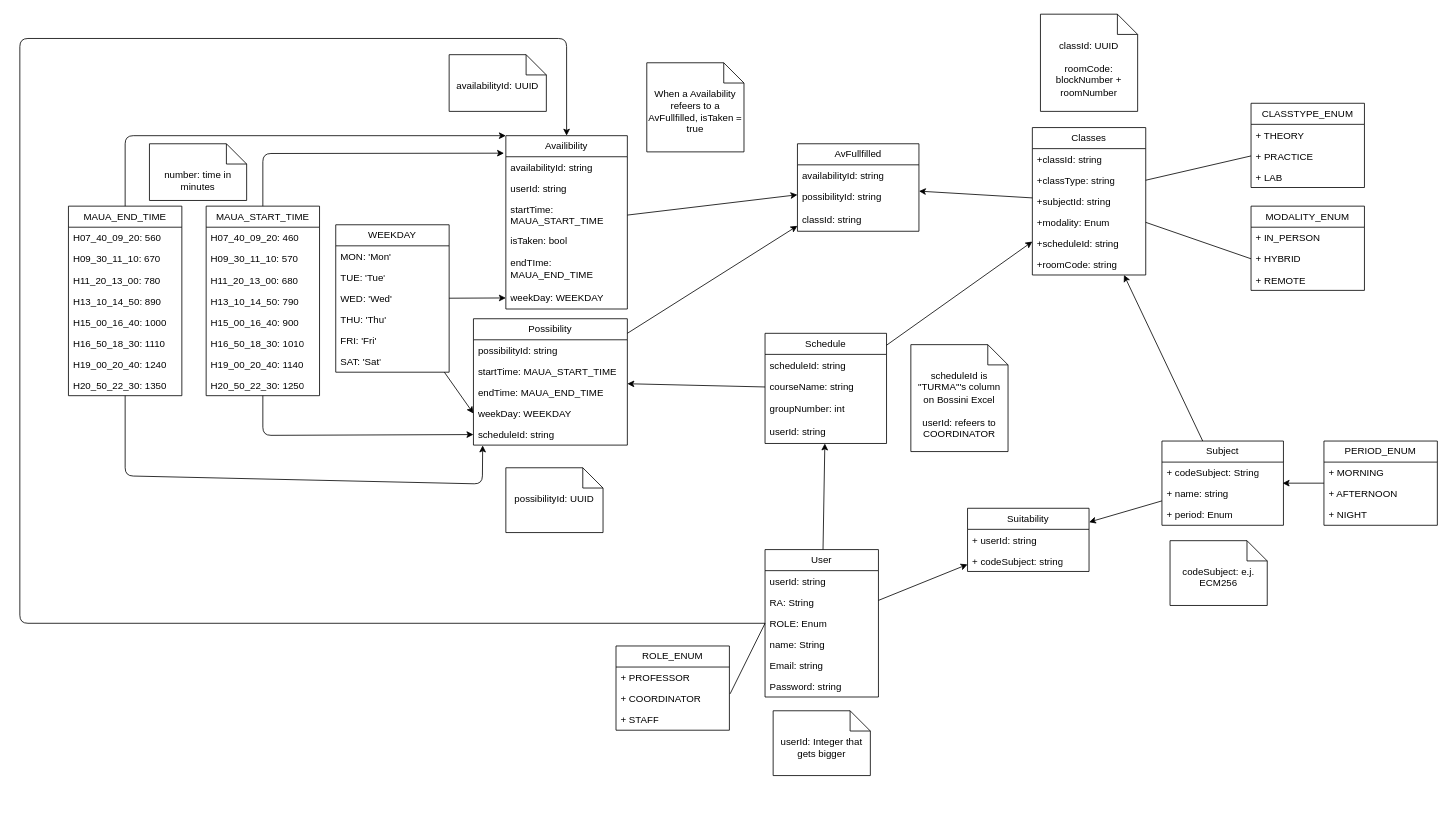
Before: MauaFontysClasses.drawio in 20242-Maua-ECM-Fontys/back, a draw.io diagram. Source tidied: cells renumbered, new cells numbered last; positions are measured from the earlier drawing's top-left corner, leaving out a move shared by most shapes. Both pictures are drawn from the tidied source at 81%, with x=0, y=0 at pixel (19, 14).
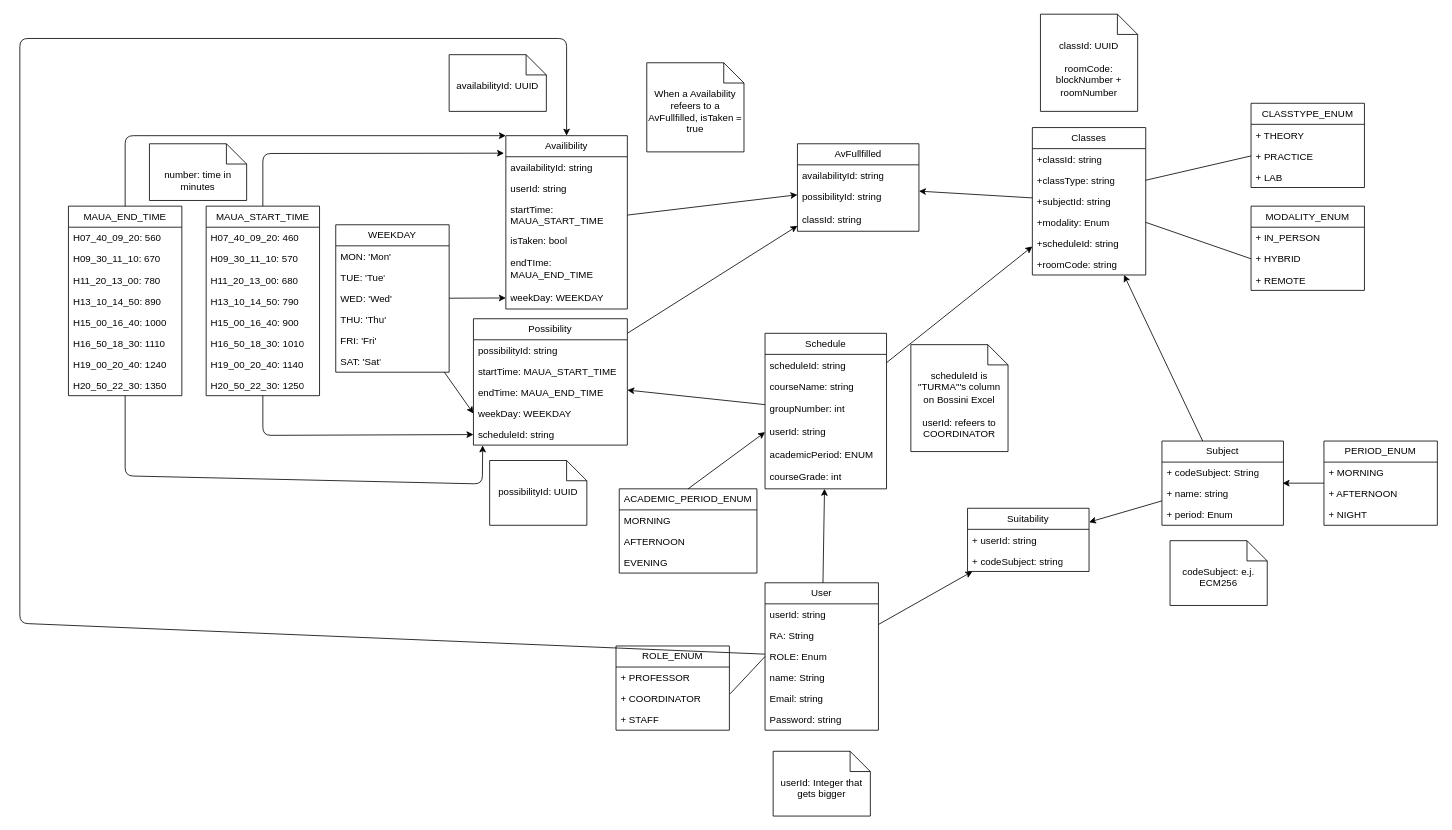
Above is the later version.

Commit message:
docs: update schedule on diagram

Unchanged cells that the change refers to:
```xml
<mxCell id="75" value="userId: string" style="text;strokeColor=none;fillColor=none;align=left;verticalAlign=top;spacingLeft=4;spacingRight=4;overflow=hidden;points=[[0,0.5],[1,0.5]];portConstraint=eastwest;whiteSpace=wrap;html=1;" parent="71" vertex="1">
  <mxGeometry y="108" width="150" height="28" as="geometry" />
</mxCell>
```

What changed in the source:
```diff
@@
     <mxCell id="5" value="User" style="swimlane;fontStyle=0;horizontal=1;startSize=26;fillColor=none;whiteSpace=wrap;html=1;" parent="1" vertex="1">
-      <mxGeometry x="920" y="661" width="140" height="182" as="geometry" />
+      <mxGeometry x="920" y="702" width="140" height="182" as="geometry" />
     </mxCell>
@@
     <mxCell id="71" value="Schedule" style="swimlane;fontStyle=0;horizontal=1;startSize=26;fillColor=none;whiteSpace=wrap;html=1;" parent="1" vertex="1">
-      <mxGeometry x="920" y="394" width="150" height="136" as="geometry" />
+      <mxGeometry x="920" y="394" width="150" height="192" as="geometry" />
     </mxCell>
@@
+    <mxCell id="114" value="academicPeriod: ENUM" style="text;strokeColor=none;fillColor=none;align=left;verticalAlign=top;spacingLeft=4;spacingRight=4;overflow=hidden;whiteSpace=wrap;html=1;" parent="71" vertex="1">
+      <mxGeometry y="136" width="150" height="28" as="geometry" />
+    </mxCell>
+    <mxCell id="115" value="courseGrade: int" style="text;strokeColor=none;fillColor=none;align=left;verticalAlign=top;spacingLeft=4;spacingRight=4;overflow=hidden;whiteSpace=wrap;html=1;" parent="71" vertex="1">
+      <mxGeometry y="164" width="150" height="28" as="geometry" />
+    </mxCell>
@@
     <mxCell id="82" value="userId: Integer that gets bigger" style="shape=note2;boundedLbl=1;whiteSpace=wrap;html=1;size=25;verticalAlign=top;align=center;" parent="1" vertex="1">
-      <mxGeometry x="930" y="860" width="120" height="80" as="geometry" />
+      <mxGeometry x="930" y="910" width="120" height="80" as="geometry" />
     </mxCell>
     <mxCell id="83" value="possibilityId: UUID" style="shape=note2;boundedLbl=1;whiteSpace=wrap;html=1;size=25;verticalAlign=top;align=center;" parent="1" vertex="1">
-      <mxGeometry x="600" y="560" width="120" height="80" as="geometry" />
+      <mxGeometry x="580" y="551" width="120" height="80" as="geometry" />
     </mxCell>
@@
+    <mxCell id="116" style="edgeStyle=none;html=1;exitX=0.5;exitY=0;exitDx=0;exitDy=0;entryX=0;entryY=0.5;entryDx=0;entryDy=0;" parent="1" edge="1" source="117" target="75">
+      <mxGeometry relative="1" as="geometry" />
+    </mxCell>
+    <mxCell id="117" value="ACADEMIC_PERIOD_ENUM" style="swimlane;fontStyle=0;horizontal=1;startSize=26;fillColor=none;whiteSpace=wrap;html=1;" parent="1" vertex="1">
+      <mxGeometry x="740" y="586" width="170" height="104" as="geometry" />
+    </mxCell>
+    <mxCell id="118" value="MORNING" style="text;strokeColor=none;fillColor=none;align=left;verticalAlign=top;spacingLeft=4;spacingRight=4;overflow=hidden;whiteSpace=wrap;html=1;" parent="117" vertex="1">
+      <mxGeometry y="26" width="170" height="26" as="geometry" />
+    </mxCell>
+    <mxCell id="119" value="AFTERNOON" style="text;strokeColor=none;fillColor=none;align=left;verticalAlign=top;spacingLeft=4;spacingRight=4;overflow=hidden;whiteSpace=wrap;html=1;" parent="117" vertex="1">
+      <mxGeometry y="52" width="170" height="26" as="geometry" />
+    </mxCell>
+    <mxCell id="120" value="EVENING" style="text;strokeColor=none;fillColor=none;align=left;verticalAlign=top;spacingLeft=4;spacingRight=4;overflow=hidden;whiteSpace=wrap;html=1;" parent="117" vertex="1">
+      <mxGeometry y="78" width="170" height="26" as="geometry" />
+    </mxCell>
```
